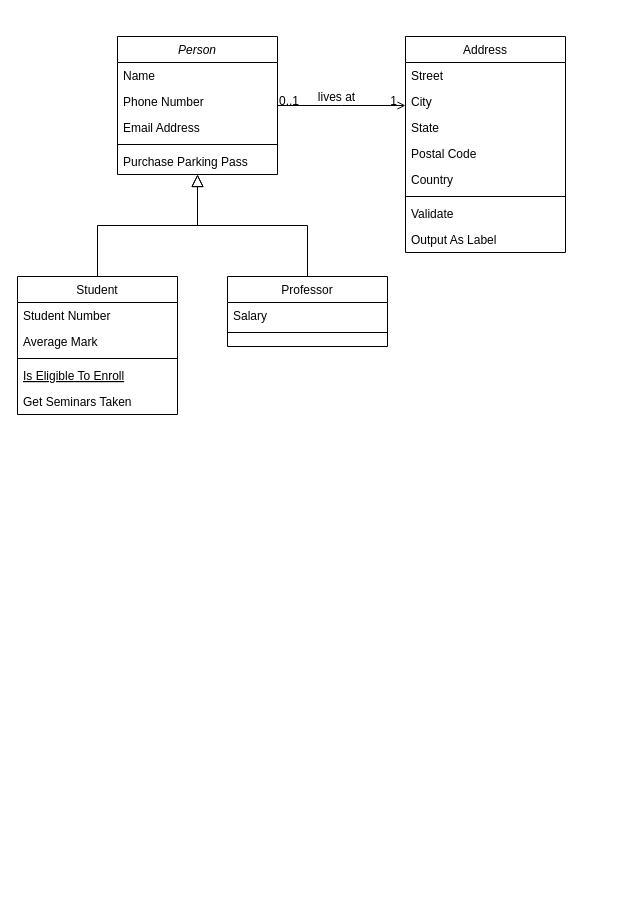
The draw.io diagram class_diagram.drawio in dnbias/hroom, before the edit. Source tidied: cells renumbered, new cells numbered last; positions are measured from the earlier drawing's top-left corner, leaving out a move shared by most shapes. Both pictures are drawn from the tidied source at 100%, with x=0, y=0 at pixel (17, 36).
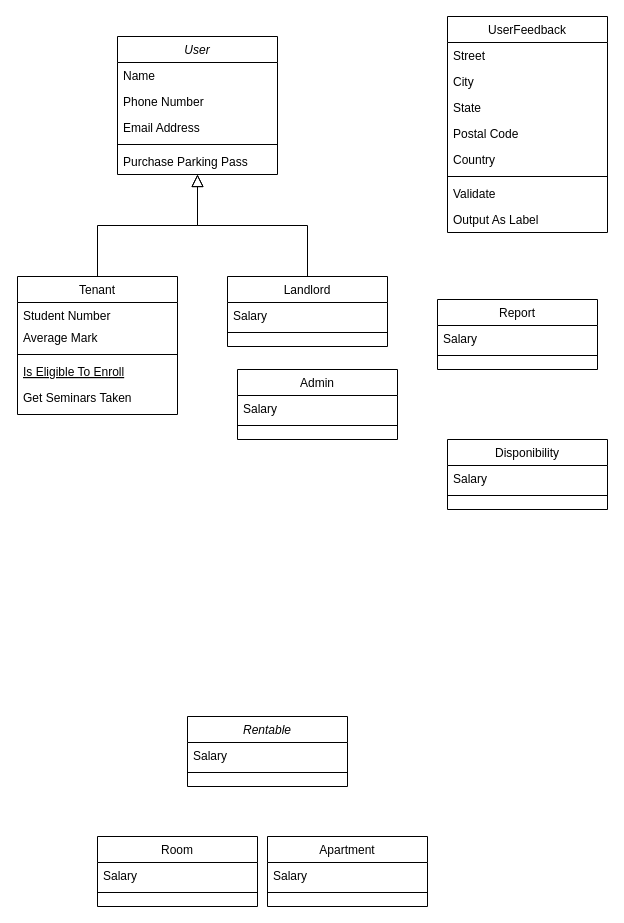
Above is the later version.

Diff of the diagram source:
```diff
@@
-    <mxCell id="2" value="Person" style="swimlane;fontStyle=2;align=center;verticalAlign=top;horizontal=1;startSize=26;rounded=0;shadow=0;strokeWidth=1;" parent="1" vertex="1">
+    <mxCell id="2" value="User" style="swimlane;fontStyle=2;align=center;verticalAlign=top;horizontal=1;startSize=26;rounded=0;shadow=0;strokeWidth=1;" parent="1" vertex="1">
       <mxGeometry x="100" width="160" height="138" as="geometry" />
     </mxCell>
@@
-    <mxCell id="8" value="Student" style="swimlane;fontStyle=0;align=center;verticalAlign=top;horizontal=1;startSize=26;rounded=0;shadow=0;strokeWidth=1;" parent="1" vertex="1">
+    <mxCell id="8" value="Tenant" style="swimlane;fontStyle=0;align=center;verticalAlign=top;horizontal=1;startSize=26;rounded=0;shadow=0;strokeWidth=1;" parent="1" vertex="1">
       <mxGeometry y="240" width="160" height="138" as="geometry" />
     </mxCell>
     <mxCell id="9" value="Student Number" style="text;align=left;verticalAlign=top;spacingLeft=4;spacingRight=4;overflow=hidden;" parent="8" vertex="1">
-      <mxGeometry y="26" width="160" height="26" as="geometry" />
+      <mxGeometry y="26" width="160" height="22" as="geometry" />
     </mxCell>
     <mxCell id="10" value="Average Mark" style="text;align=left;verticalAlign=top;spacingLeft=4;spacingRight=4;overflow=hidden;rounded=0;shadow=0;html=0;" parent="8" vertex="1">
-      <mxGeometry y="52" width="160" height="26" as="geometry" />
+      <mxGeometry y="48" width="160" height="26" as="geometry" />
     </mxCell>
     <mxCell id="11" style="line;html=1;strokeWidth=1;align=left;verticalAlign=middle;spacingTop=-1;spacingLeft=3;spacingRight=3;labelPosition=right;" parent="8" vertex="1">
-      <mxGeometry y="78" width="160" height="8" as="geometry" />
+      <mxGeometry y="74" width="160" height="8" as="geometry" />
     </mxCell>
     <mxCell id="12" value="Is Eligible To Enroll" style="text;align=left;verticalAlign=top;spacingLeft=4;spacingRight=4;overflow=hidden;fontStyle=4;" parent="8" vertex="1">
-      <mxGeometry y="86" width="160" height="26" as="geometry" />
+      <mxGeometry y="82" width="160" height="26" as="geometry" />
     </mxCell>
     <mxCell id="13" value="Get Seminars Taken" style="text;align=left;verticalAlign=top;spacingLeft=4;spacingRight=4;overflow=hidden;" parent="8" vertex="1">
-      <mxGeometry y="112" width="160" height="26" as="geometry" />
+      <mxGeometry y="108" width="160" height="26" as="geometry" />
     </mxCell>
@@
-    <mxCell id="15" value="Professor" style="swimlane;fontStyle=0;align=center;verticalAlign=top;horizontal=1;startSize=26;rounded=0;shadow=0;strokeWidth=1;" parent="1" vertex="1">
+    <mxCell id="15" value="Landlord" style="swimlane;fontStyle=0;align=center;verticalAlign=top;horizontal=1;startSize=26;rounded=0;shadow=0;strokeWidth=1;" parent="1" vertex="1">
       <mxGeometry x="210" y="240" width="160" height="70" as="geometry" />
     </mxCell>
@@
-    <mxCell id="19" value="Address" style="swimlane;fontStyle=0;align=center;verticalAlign=top;horizontal=1;startSize=26;rounded=0;shadow=0;strokeWidth=1;" parent="1" vertex="1">
-      <mxGeometry x="388" width="160" height="216" as="geometry" />
+    <mxCell id="19" value="UserFeedback&#10;" style="swimlane;fontStyle=0;align=center;verticalAlign=top;horizontal=1;startSize=26;rounded=0;shadow=0;strokeWidth=1;" parent="1" vertex="1">
+      <mxGeometry x="430" y="-20" width="160" height="216" as="geometry" />
     </mxCell>
@@
-    <mxCell id="28" style="endArrow=open;shadow=0;strokeWidth=1;rounded=0;endFill=1;edgeStyle=elbowEdgeStyle;elbow=vertical;" parent="1" edge="1" source="2" target="19">
-      <mxGeometry x="0.5" y="41" relative="1" as="geometry">
-        <mxPoint x="-40" y="32" as="offset" />
-      </mxGeometry>
-    </mxCell>
-    <mxCell id="29" value="0..1" style="align=left;verticalAlign=bottom;labelBackgroundColor=none;fontSize=12;" parent="28" vertex="1">
-      <mxGeometry x="-1" relative="1" as="geometry">
-        <mxPoint y="4" as="offset" />
-      </mxGeometry>
-    </mxCell>
-    <mxCell id="30" value="1" style="align=right;verticalAlign=bottom;labelBackgroundColor=none;fontSize=12;" parent="28" vertex="1">
-      <mxGeometry x="1" relative="1" as="geometry">
-        <mxPoint x="-7" y="4" as="offset" />
-      </mxGeometry>
-    </mxCell>
-    <mxCell id="31" value="lives at" style="text;html=1;align=center;verticalAlign=middle;labelBackgroundColor=none;rounded=0;shadow=0;strokeWidth=1;fontSize=12;" parent="28" vertex="1">
-      <mxGeometry x="0.5" y="49" relative="1" as="geometry">
-        <mxPoint x="-38" y="40" as="offset" />
-      </mxGeometry>
-    </mxCell>
+    <mxCell id="32" value="Admin" style="swimlane;fontStyle=0;align=center;verticalAlign=top;horizontal=1;startSize=26;rounded=0;shadow=0;strokeWidth=1;" parent="1" vertex="1">
+      <mxGeometry x="220" y="333" width="160" height="70" as="geometry" />
+    </mxCell>
+    <mxCell id="33" value="Salary" style="text;align=left;verticalAlign=top;spacingLeft=4;spacingRight=4;overflow=hidden;" parent="32" vertex="1">
+      <mxGeometry y="26" width="160" height="26" as="geometry" />
+    </mxCell>
+    <mxCell id="34" style="line;html=1;strokeWidth=1;align=left;verticalAlign=middle;spacingTop=-1;spacingLeft=3;spacingRight=3;labelPosition=right;" parent="32" vertex="1">
+      <mxGeometry y="52" width="160" height="8" as="geometry" />
+    </mxCell>
+    <mxCell id="35" value="Report" style="swimlane;fontStyle=0;align=center;verticalAlign=top;horizontal=1;startSize=26;rounded=0;shadow=0;strokeWidth=1;" parent="1" vertex="1">
+      <mxGeometry x="420" y="263" width="160" height="70" as="geometry" />
+    </mxCell>
+    <mxCell id="36" value="Salary" style="text;align=left;verticalAlign=top;spacingLeft=4;spacingRight=4;overflow=hidden;" parent="35" vertex="1">
+      <mxGeometry y="26" width="160" height="26" as="geometry" />
+    </mxCell>
+    <mxCell id="37" style="line;html=1;strokeWidth=1;align=left;verticalAlign=middle;spacingTop=-1;spacingLeft=3;spacingRight=3;labelPosition=right;" parent="35" vertex="1">
+      <mxGeometry y="52" width="160" height="8" as="geometry" />
+    </mxCell>
+    <mxCell id="38" value="Disponibility" style="swimlane;fontStyle=0;align=center;verticalAlign=top;horizontal=1;startSize=26;rounded=0;shadow=0;strokeWidth=1;" parent="1" vertex="1">
+      <mxGeometry x="430" y="403" width="160" height="70" as="geometry" />
+    </mxCell>
+    <mxCell id="39" value="Salary" style="text;align=left;verticalAlign=top;spacingLeft=4;spacingRight=4;overflow=hidden;" parent="38" vertex="1">
+      <mxGeometry y="26" width="160" height="26" as="geometry" />
+    </mxCell>
+    <mxCell id="40" style="line;html=1;strokeWidth=1;align=left;verticalAlign=middle;spacingTop=-1;spacingLeft=3;spacingRight=3;labelPosition=right;" parent="38" vertex="1">
+      <mxGeometry y="52" width="160" height="8" as="geometry" />
+    </mxCell>
+    <mxCell id="41" value="Rentable" style="swimlane;fontStyle=2;align=center;verticalAlign=top;horizontal=1;startSize=26;rounded=0;shadow=0;strokeWidth=1;" parent="1" vertex="1">
+      <mxGeometry x="170" y="680" width="160" height="70" as="geometry" />
+    </mxCell>
+    <mxCell id="42" value="Salary" style="text;align=left;verticalAlign=top;spacingLeft=4;spacingRight=4;overflow=hidden;" parent="41" vertex="1">
+      <mxGeometry y="26" width="160" height="26" as="geometry" />
+    </mxCell>
+    <mxCell id="43" style="line;html=1;strokeWidth=1;align=left;verticalAlign=middle;spacingTop=-1;spacingLeft=3;spacingRight=3;labelPosition=right;" parent="41" vertex="1">
+      <mxGeometry y="52" width="160" height="8" as="geometry" />
+    </mxCell>
+    <mxCell id="44" value="Room" style="swimlane;fontStyle=0;align=center;verticalAlign=top;horizontal=1;startSize=26;rounded=0;shadow=0;strokeWidth=1;" parent="1" vertex="1">
+      <mxGeometry x="80" y="800" width="160" height="70" as="geometry" />
+    </mxCell>
+    <mxCell id="45" value="Salary" style="text;align=left;verticalAlign=top;spacingLeft=4;spacingRight=4;overflow=hidden;" parent="44" vertex="1">
+      <mxGeometry y="26" width="160" height="26" as="geometry" />
+    </mxCell>
+    <mxCell id="46" style="line;html=1;strokeWidth=1;align=left;verticalAlign=middle;spacingTop=-1;spacingLeft=3;spacingRight=3;labelPosition=right;" parent="44" vertex="1">
+      <mxGeometry y="52" width="160" height="8" as="geometry" />
+    </mxCell>
+    <mxCell id="47" value="Apartment" style="swimlane;fontStyle=0;align=center;verticalAlign=top;horizontal=1;startSize=26;rounded=0;shadow=0;strokeWidth=1;" parent="1" vertex="1">
+      <mxGeometry x="250" y="800" width="160" height="70" as="geometry" />
+    </mxCell>
+    <mxCell id="48" value="Salary" style="text;align=left;verticalAlign=top;spacingLeft=4;spacingRight=4;overflow=hidden;" parent="47" vertex="1">
+      <mxGeometry y="26" width="160" height="26" as="geometry" />
+    </mxCell>
+    <mxCell id="49" style="line;html=1;strokeWidth=1;align=left;verticalAlign=middle;spacingTop=-1;spacingLeft=3;spacingRight=3;labelPosition=right;" parent="47" vertex="1">
+      <mxGeometry y="52" width="160" height="8" as="geometry" />
+    </mxCell>
```
